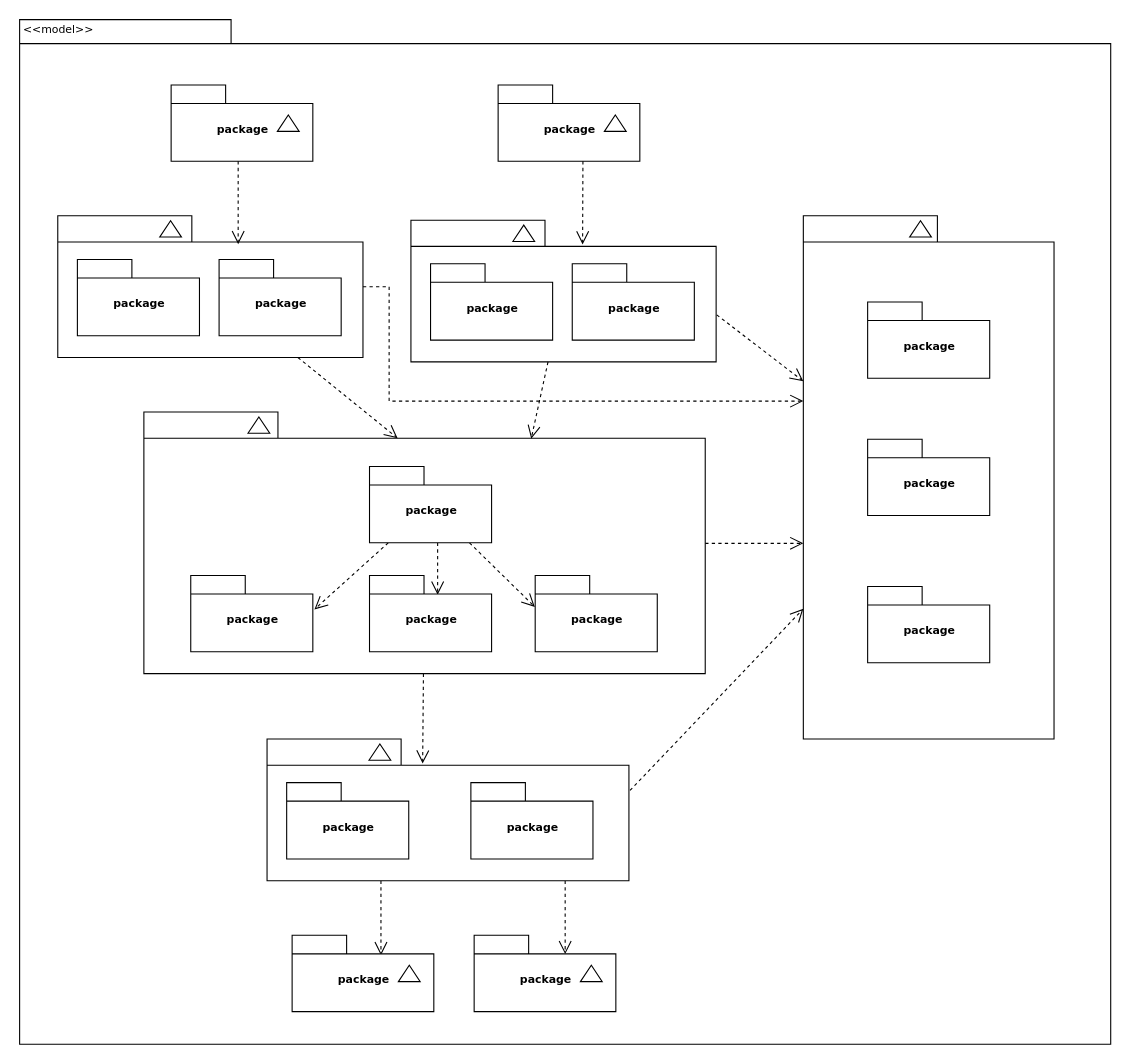
This is Untitled Diagram.drawio from kamilbahram/gitWork, a draw.io file, before an edit. Source tidied: cells renumbered, new cells numbered last; positions are measured from the earlier drawing's top-left corner, leaving out a move shared by most shapes. Both pictures are drawn from the tidied source at 109%, with x=0, y=0 at pixel (19, 19).
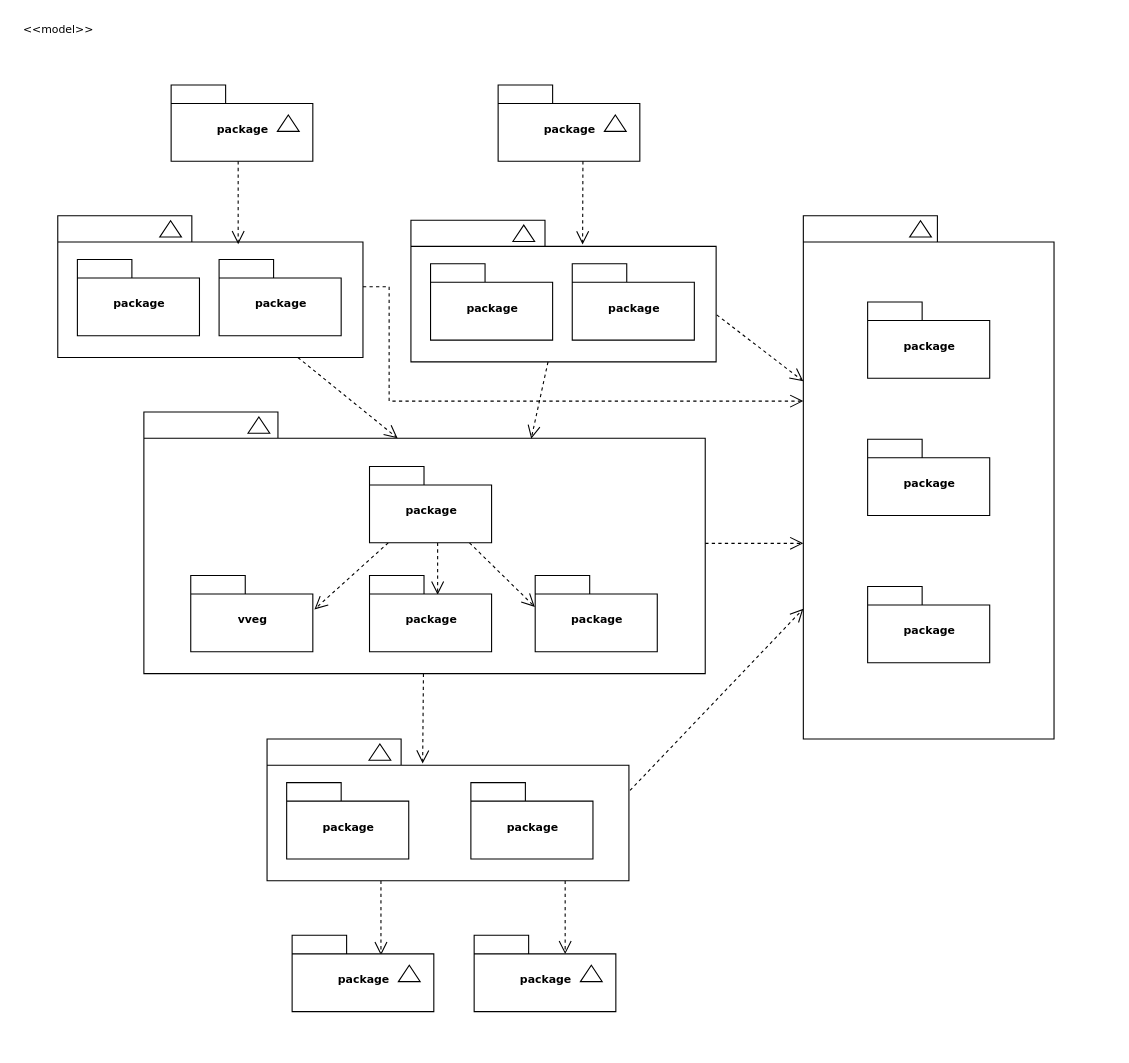
The same page after the edit.

Change to the diagram source:
```diff
@@
-    <mxCell id="2" style="shape=folder;fontStyle=1;spacingTop=10;tabWidth=194;tabHeight=22;tabPosition=left;html=1;rounded=0;shadow=0;comic=0;labelBackgroundColor=none;strokeWidth=1;fillColor=none;fontFamily=Verdana;fontSize=10;align=center;" parent="1" vertex="1">
-      <mxGeometry x="0.5" y="0.5" width="1001" height="940" as="geometry" />
-    </mxCell>
@@
-    <mxCell id="33" value="package" style="shape=folder;fontStyle=1;spacingTop=10;tabWidth=50;tabHeight=17;tabPosition=left;html=1;rounded=0;shadow=0;comic=0;labelBackgroundColor=none;strokeColor=#000000;strokeWidth=1;fillColor=#ffffff;fontFamily=Verdana;fontSize=10;fontColor=#000000;align=center;" parent="1" vertex="1">
+    <mxCell id="33" value="vveg" style="shape=folder;fontStyle=1;spacingTop=10;tabWidth=50;tabHeight=17;tabPosition=left;html=1;rounded=0;shadow=0;comic=0;labelBackgroundColor=none;strokeColor=#000000;strokeWidth=1;fillColor=#ffffff;fontFamily=Verdana;fontSize=10;fontColor=#000000;align=center;" parent="1" vertex="1">
       <mxGeometry x="157.5" y="510.5" width="112" height="70" as="geometry" />
     </mxCell>
```
